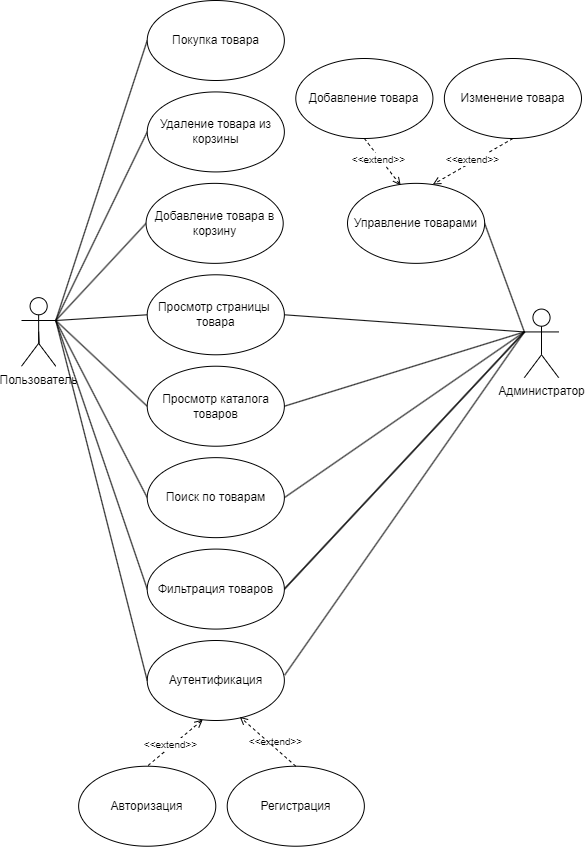
The draw.io diagram 1term/CourseProject/UseCase.png in Artemius18/4course, before a commit. Source tidied: cells renumbered, new cells last; positions are measured from the earlier drawing's top-left corner, leaving out a move shared by most shapes.
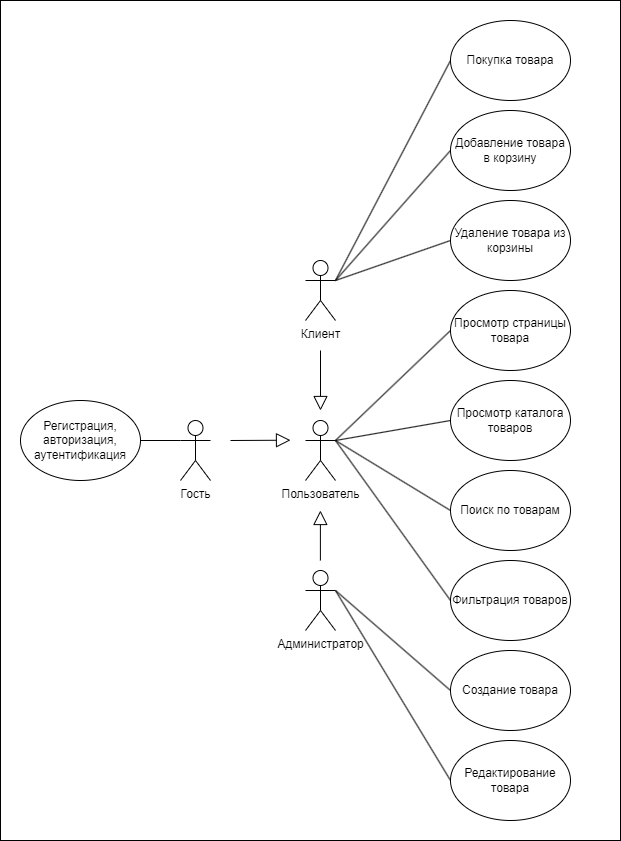
The same file after the commit.

Change to the diagram source:
```diff
@@ -2,127 +2,101 @@
   <root>
     <mxCell id="0" />
     <mxCell id="1" parent="0" />
-    <mxCell id="2" style="group;" parent="1" vertex="1">
-      <mxGeometry width="560" height="845.7" as="geometry" />
-    </mxCell>
+    <mxCell id="42" style="rounded=0;whiteSpace=wrap;html=1;" parent="1" vertex="1">
+      <mxGeometry x="-260" y="190" width="620" height="840" as="geometry" />
+    </mxCell>
+    <mxCell id="43" style="edgeStyle=none;shape=connector;rounded=0;jettySize=auto;html=1;exitX=1;exitY=0.3333333333333333;exitDx=0;exitDy=0;exitPerimeter=0;entryX=0;entryY=0.5;entryDx=0;entryDy=0;strokeColor=default;align=center;verticalAlign=middle;fontFamily=Helvetica;fontSize=11;fontColor=default;labelBackgroundColor=default;endArrow=none;endFill=0;" parent="1" edge="1" source="46" target="38">
+      <mxGeometry relative="1" as="geometry" />
+    </mxCell>
+    <mxCell id="44" style="edgeStyle=none;shape=connector;rounded=0;jettySize=auto;html=1;exitX=1;exitY=0.3333333333333333;exitDx=0;exitDy=0;exitPerimeter=0;entryX=0;entryY=0.5;entryDx=0;entryDy=0;strokeColor=default;align=center;verticalAlign=middle;fontFamily=Helvetica;fontSize=11;fontColor=default;labelBackgroundColor=default;endArrow=none;endFill=0;" parent="1" edge="1" source="46" target="36">
+      <mxGeometry relative="1" as="geometry" />
+    </mxCell>
+    <mxCell id="45" style="edgeStyle=none;shape=connector;rounded=0;jettySize=auto;html=1;exitX=1;exitY=0.3333333333333333;exitDx=0;exitDy=0;exitPerimeter=0;entryX=0;entryY=0.5;entryDx=0;entryDy=0;strokeColor=default;align=center;verticalAlign=middle;fontFamily=Helvetica;fontSize=11;fontColor=default;labelBackgroundColor=default;endArrow=none;endFill=0;" parent="1" edge="1" source="46" target="40">
+      <mxGeometry relative="1" as="geometry" />
+    </mxCell>
+    <mxCell id="46" value="Клиент" style="shape=umlActor;verticalLabelPosition=bottom;verticalAlign=top;html=1;" parent="1" vertex="1">
+      <mxGeometry x="45" y="450" width="30" height="60" as="geometry" />
+    </mxCell>
+    <mxCell id="40" value="Покупка товара" style="ellipse;whiteSpace=wrap;html=1;" parent="1" vertex="1">
+      <mxGeometry x="190" y="210" width="120" height="80" as="geometry" />
+    </mxCell>
+    <mxCell id="38" value="Удаление товара из корзины" style="ellipse;whiteSpace=wrap;html=1;" parent="1" vertex="1">
+      <mxGeometry x="190" y="390" width="120" height="80" as="geometry" />
+    </mxCell>
+    <mxCell id="36" value="Добавление товара в корзину" style="ellipse;whiteSpace=wrap;html=1;" parent="1" vertex="1">
+      <mxGeometry x="190" y="300" width="120" height="80" as="geometry" />
+    </mxCell>
+    <mxCell id="34" value="Просмотр страницы товара" style="ellipse;whiteSpace=wrap;html=1;" parent="1" vertex="1">
+      <mxGeometry x="190" y="480" width="120" height="80" as="geometry" />
+    </mxCell>
+    <mxCell id="31" value="Просмотр каталога товаров" style="ellipse;whiteSpace=wrap;html=1;" parent="1" vertex="1">
+      <mxGeometry x="190" y="570" width="120" height="80" as="geometry" />
+    </mxCell>
+    <mxCell id="12" value="Поиск по товарам" style="ellipse;whiteSpace=wrap;html=1;" parent="1" vertex="1">
+      <mxGeometry x="190" y="660" width="120" height="80" as="geometry" />
+    </mxCell>
+    <mxCell id="20" value="Фильтрация товаров" style="ellipse;whiteSpace=wrap;html=1;" parent="1" vertex="1">
+      <mxGeometry x="190" y="750" width="120" height="80" as="geometry" />
+    </mxCell>
+    <mxCell id="47" value="Регистрация, авторизация, аутентификация" style="ellipse;whiteSpace=wrap;html=1;" parent="1" vertex="1">
+      <mxGeometry x="-240" y="590" width="120" height="80" as="geometry" />
+    </mxCell>
+    <mxCell id="48" style="edgeStyle=none;shape=connector;rounded=0;orthogonalLoop=1;jettySize=auto;html=1;strokeColor=default;align=center;verticalAlign=middle;fontFamily=Helvetica;fontSize=11;fontColor=default;labelBackgroundColor=default;endArrow=block;endFill=0;endSize=12;" parent="1" edge="1">
+      <mxGeometry relative="1" as="geometry">
+        <mxPoint x="60" y="540" as="sourcePoint" />
+        <mxPoint x="60" y="600" as="targetPoint" />
+      </mxGeometry>
+    </mxCell>
+    <mxCell id="49" style="edgeStyle=none;shape=connector;rounded=0;jettySize=auto;html=1;exitX=0;exitY=0.3333333333333333;exitDx=0;exitDy=0;exitPerimeter=0;entryX=1;entryY=0.5;entryDx=0;entryDy=0;strokeColor=default;align=center;verticalAlign=middle;fontFamily=Helvetica;fontSize=11;fontColor=default;labelBackgroundColor=default;endArrow=none;endFill=0;" parent="1" edge="1" source="50" target="47">
+      <mxGeometry relative="1" as="geometry" />
+    </mxCell>
+    <mxCell id="50" value="Гость" style="shape=umlActor;verticalLabelPosition=bottom;verticalAlign=top;html=1;" parent="1" vertex="1">
+      <mxGeometry x="-80" y="610" width="30" height="60" as="geometry" />
+    </mxCell>
+    <mxCell id="51" style="edgeStyle=none;shape=connector;rounded=0;jettySize=auto;html=1;exitX=1;exitY=0.3333333333333333;exitDx=0;exitDy=0;exitPerimeter=0;entryX=0;entryY=0.5;entryDx=0;entryDy=0;strokeColor=default;align=center;verticalAlign=middle;fontFamily=Helvetica;fontSize=11;fontColor=default;labelBackgroundColor=default;endArrow=none;endFill=0;" parent="1" edge="1" source="10" target="53">
+      <mxGeometry relative="1" as="geometry" />
+    </mxCell>
+    <mxCell id="52" style="edgeStyle=none;shape=connector;rounded=0;jettySize=auto;html=1;exitX=1;exitY=0.3333333333333333;exitDx=0;exitDy=0;exitPerimeter=0;entryX=0;entryY=0.5;entryDx=0;entryDy=0;strokeColor=default;align=center;verticalAlign=middle;fontFamily=Helvetica;fontSize=11;fontColor=default;labelBackgroundColor=default;endArrow=none;endFill=0;" parent="1" edge="1" source="10" target="54">
+      <mxGeometry relative="1" as="geometry" />
+    </mxCell>
+    <mxCell id="10" value="Администратор" style="shape=umlActor;verticalLabelPosition=bottom;verticalAlign=top;html=1;" parent="1" vertex="1">
+      <mxGeometry x="45" y="760" width="30" height="60" as="geometry" />
+    </mxCell>
+    <mxCell id="53" value="Создание товара" style="ellipse;whiteSpace=wrap;html=1;" parent="1" vertex="1">
+      <mxGeometry x="190" y="840" width="120" height="80" as="geometry" />
+    </mxCell>
+    <mxCell id="54" value="Редактирование товара" style="ellipse;whiteSpace=wrap;html=1;" parent="1" vertex="1">
+      <mxGeometry x="190" y="930" width="120" height="80" as="geometry" />
+    </mxCell>
+    <mxCell id="55" style="edgeStyle=none;shape=connector;rounded=0;orthogonalLoop=1;jettySize=auto;html=1;exitX=0.5;exitY=0;exitDx=0;exitDy=0;strokeColor=default;align=center;verticalAlign=middle;fontFamily=Helvetica;fontSize=11;fontColor=default;labelBackgroundColor=default;endArrow=none;endFill=0;" parent="1" edge="1" source="40" target="40">
+      <mxGeometry relative="1" as="geometry" />
+    </mxCell>
+    <mxCell id="5" style="edgeStyle=none;shape=connector;rounded=0;jettySize=auto;html=1;exitX=1;exitY=0.3333333333333333;exitDx=0;exitDy=0;exitPerimeter=0;entryX=0;entryY=0.5;entryDx=0;entryDy=0;strokeColor=default;align=center;verticalAlign=middle;fontFamily=Helvetica;fontSize=11;fontColor=default;labelBackgroundColor=default;endArrow=none;endFill=0;" parent="1" edge="1" source="7" target="31">
+      <mxGeometry relative="1" as="geometry" />
+    </mxCell>
+    <mxCell id="6" style="edgeStyle=none;shape=connector;rounded=0;jettySize=auto;html=1;exitX=1;exitY=0.3333333333333333;exitDx=0;exitDy=0;exitPerimeter=0;entryX=0;entryY=0.5;entryDx=0;entryDy=0;strokeColor=default;align=center;verticalAlign=middle;fontFamily=Helvetica;fontSize=11;fontColor=default;labelBackgroundColor=default;endArrow=none;endFill=0;" parent="1" edge="1" source="7" target="34">
+      <mxGeometry relative="1" as="geometry" />
+    </mxCell>
-    <mxCell id="3" style="edgeStyle=none;shape=connector;rounded=0;jettySize=auto;html=1;exitX=1;exitY=0.3333333333333333;exitDx=0;exitDy=0;exitPerimeter=0;entryX=0;entryY=0.5;entryDx=0;entryDy=0;labelBackgroundColor=default;strokeColor=default;align=center;verticalAlign=middle;fontFamily=Helvetica;fontSize=11;fontColor=default;endArrow=none;endFill=0;" parent="2" edge="1" source="7" target="12">
+    <mxCell id="3" style="edgeStyle=none;shape=connector;rounded=0;jettySize=auto;html=1;exitX=1;exitY=0.3333333333333333;exitDx=0;exitDy=0;exitPerimeter=0;entryX=0;entryY=0.5;entryDx=0;entryDy=0;strokeColor=default;align=center;verticalAlign=middle;fontFamily=Helvetica;fontSize=11;fontColor=default;labelBackgroundColor=default;endArrow=none;endFill=0;" parent="1" edge="1" source="7" target="12">
       <mxGeometry relative="1" as="geometry" />
     </mxCell>
-    <mxCell id="4" style="edgeStyle=none;shape=connector;rounded=0;jettySize=auto;html=1;exitX=1;exitY=0.3333333333333333;exitDx=0;exitDy=0;exitPerimeter=0;entryX=0;entryY=0.5;entryDx=0;entryDy=0;labelBackgroundColor=default;strokeColor=default;align=center;verticalAlign=middle;fontFamily=Helvetica;fontSize=11;fontColor=default;endArrow=none;endFill=0;" parent="2" edge="1" source="7" target="20">
+    <mxCell id="4" style="edgeStyle=none;shape=connector;rounded=0;jettySize=auto;html=1;exitX=1;exitY=0.3333333333333333;exitDx=0;exitDy=0;exitPerimeter=0;entryX=0;entryY=0.5;entryDx=0;entryDy=0;strokeColor=default;align=center;verticalAlign=middle;fontFamily=Helvetica;fontSize=11;fontColor=default;labelBackgroundColor=default;endArrow=none;endFill=0;" parent="1" edge="1" source="7" target="20">
       <mxGeometry relative="1" as="geometry" />
     </mxCell>
-    <mxCell id="5" style="rounded=0;jettySize=auto;html=1;exitX=1;exitY=0.3333333333333333;exitDx=0;exitDy=0;exitPerimeter=0;entryX=0;entryY=0.5;entryDx=0;entryDy=0;endArrow=none;endFill=0;" parent="2" edge="1" source="7" target="31">
-      <mxGeometry relative="1" as="geometry" />
-    </mxCell>
-    <mxCell id="6" style="edgeStyle=none;shape=connector;rounded=0;jettySize=auto;html=1;exitX=1;exitY=0.3333333333333333;exitDx=0;exitDy=0;exitPerimeter=0;entryX=0;entryY=0.5;entryDx=0;entryDy=0;strokeColor=default;align=center;verticalAlign=middle;fontFamily=Helvetica;fontSize=11;fontColor=default;labelBackgroundColor=default;endArrow=none;endFill=0;" parent="2" edge="1" source="7" target="34">
-      <mxGeometry relative="1" as="geometry" />
-    </mxCell>
-    <mxCell id="7" value="Пользователь" style="shape=umlActor;verticalLabelPosition=bottom;verticalAlign=top;html=1;outlineConnect=0;" parent="2" vertex="1">
-      <mxGeometry y="297.1" width="34.3" height="68.6" as="geometry" />
+    <mxCell id="7" value="Пользователь" style="shape=umlActor;verticalLabelPosition=bottom;verticalAlign=top;html=1;" parent="1" vertex="1">
+      <mxGeometry x="45" y="610" width="30" height="60" as="geometry" />
     </mxCell>
-    <mxCell id="8" style="edgeStyle=none;shape=connector;rounded=0;jettySize=auto;html=1;exitX=0;exitY=0.3333333333333333;exitDx=0;exitDy=0;exitPerimeter=0;entryX=1;entryY=0.5;entryDx=0;entryDy=0;labelBackgroundColor=default;strokeColor=default;align=center;verticalAlign=middle;fontFamily=Helvetica;fontSize=11;fontColor=default;endArrow=none;endFill=0;" parent="2" edge="1" source="10" target="15">
-      <mxGeometry relative="1" as="geometry" />
-    </mxCell>
-    <mxCell id="9" style="rounded=0;jettySize=auto;html=1;exitX=0;exitY=0.3333333333333333;exitDx=0;exitDy=0;exitPerimeter=0;entryX=1.003;entryY=0.431;entryDx=0;entryDy=0;endArrow=none;endFill=0;entryPerimeter=0;" parent="2" edge="1" source="10" target="24">
-      <mxGeometry relative="1" as="geometry" />
-    </mxCell>
-    <mxCell id="10" value="Администратор" style="shape=umlActor;verticalLabelPosition=bottom;verticalAlign=top;html=1;outlineConnect=0;" parent="2" vertex="1">
-      <mxGeometry x="502.9" y="308.6" width="34.3" height="68.6" as="geometry" />
-    </mxCell>
-    <mxCell id="11" style="edgeStyle=none;shape=connector;rounded=0;jettySize=auto;html=1;exitX=1;exitY=0.5;exitDx=0;exitDy=0;labelBackgroundColor=default;strokeColor=default;align=center;verticalAlign=middle;fontFamily=Helvetica;fontSize=11;fontColor=default;endArrow=none;endFill=0;entryX=0;entryY=0.3333333333333333;entryDx=0;entryDy=0;entryPerimeter=0;" parent="2" edge="1" source="12" target="10">
-      <mxGeometry relative="1" as="geometry" />
-    </mxCell>
-    <mxCell id="12" value="Поиск по товарам" style="ellipse;whiteSpace=wrap;html=1;" parent="2" vertex="1">
-      <mxGeometry x="125.7" y="457.1" width="137.1" height="80" as="geometry" />
-    </mxCell>
-    <mxCell id="13" style="edgeStyle=none;shape=connector;rounded=0;jettySize=auto;html=1;exitX=1;exitY=0.5;exitDx=0;exitDy=0;labelBackgroundColor=default;strokeColor=default;align=center;verticalAlign=middle;fontFamily=Helvetica;fontSize=11;fontColor=default;endArrow=none;endFill=0;entryX=0;entryY=0.3333333333333333;entryDx=0;entryDy=0;entryPerimeter=0;" parent="2" edge="1" source="20" target="10">
-      <mxGeometry relative="1" as="geometry" />
-    </mxCell>
-    <mxCell id="14" value="Добавление товара" style="ellipse;whiteSpace=wrap;html=1;" parent="2" vertex="1">
-      <mxGeometry x="274.3" y="58" width="137.1" height="80" as="geometry" />
-    </mxCell>
-    <mxCell id="15" value="Управление товарами" style="ellipse;whiteSpace=wrap;html=1;" parent="2" vertex="1">
-      <mxGeometry x="326" y="182.9" width="137.1" height="80" as="geometry" />
-    </mxCell>
-    <mxCell id="16" value="Изменение товара" style="ellipse;whiteSpace=wrap;html=1;" parent="2" vertex="1">
-      <mxGeometry x="422.9" y="58" width="137.1" height="80" as="geometry" />
-    </mxCell>
-    <mxCell id="17" style="rounded=0;jettySize=auto;html=1;exitX=0.5;exitY=1;exitDx=0;exitDy=0;dashed=1;endArrow=open;endFill=0;entryX=0.388;entryY=0.026;entryDx=0;entryDy=0;entryPerimeter=0;" parent="2" edge="1" source="14" target="15">
-      <mxGeometry relative="1" as="geometry" />
-    </mxCell>
-    <mxCell id="18" style="edgeStyle=none;shape=connector;rounded=0;jettySize=auto;html=1;exitX=0.5;exitY=1;exitDx=0;exitDy=0;dashed=1;labelBackgroundColor=default;strokeColor=default;align=center;verticalAlign=middle;fontFamily=Helvetica;fontSize=11;fontColor=default;endArrow=open;endFill=0;entryX=0.622;entryY=0.015;entryDx=0;entryDy=0;entryPerimeter=0;" parent="2" edge="1" source="16" target="15">
-      <mxGeometry relative="1" as="geometry" />
-    </mxCell>
-    <mxCell id="19" style="edgeStyle=none;shape=connector;rounded=0;jettySize=auto;html=1;exitX=1;exitY=0.5;exitDx=0;exitDy=0;labelBackgroundColor=default;strokeColor=default;align=center;verticalAlign=middle;fontFamily=Helvetica;fontSize=11;fontColor=default;endArrow=none;endFill=0;entryX=0;entryY=0.3333333333333333;entryDx=0;entryDy=0;entryPerimeter=0;" parent="2" edge="1" source="20" target="10">
-      <mxGeometry relative="1" as="geometry" />
-    </mxCell>
-    <mxCell id="20" value="Фильтрация товаров" style="ellipse;whiteSpace=wrap;html=1;" parent="2" vertex="1">
-      <mxGeometry x="125.7" y="548.6" width="137.1" height="80" as="geometry" />
-    </mxCell>
-    <mxCell id="21" value="&lt;font style=&quot;font-size: 10px;&quot;&gt;&amp;lt;&amp;lt;extend&amp;gt;&amp;gt;&lt;/font&gt;" style="edgeLabel;html=1;align=center;verticalAlign=middle;fontSize=11;fontFamily=Helvetica;fontColor=default;" parent="2" vertex="1">
-      <mxGeometry x="240" y="731.4" as="geometry">
-        <mxPoint x="13" y="9" as="offset" />
-      </mxGeometry>
-    </mxCell>
-    <mxCell id="22" value="&lt;font style=&quot;font-size: 10px;&quot;&gt;&amp;lt;&amp;lt;extend&amp;gt;&amp;gt;&lt;/font&gt;" style="edgeLabel;html=1;align=center;verticalAlign=middle;fontSize=11;fontFamily=Helvetica;fontColor=default;" parent="2" vertex="1">
-      <mxGeometry x="450" y="158" as="geometry" />
-    </mxCell>
-    <mxCell id="23" style="rounded=0;jettySize=auto;html=1;exitX=0.405;exitY=0.99;exitDx=0;exitDy=0;entryX=0.5;entryY=0;entryDx=0;entryDy=0;dashed=1;strokeColor=default;align=center;verticalAlign=middle;fontFamily=Helvetica;fontSize=11;fontColor=default;labelBackgroundColor=default;endArrow=none;endFill=0;startArrow=open;startFill=0;exitPerimeter=0;" parent="2" edge="1" source="24" target="26">
-      <mxGeometry relative="1" as="geometry" />
-    </mxCell>
-    <mxCell id="24" value="Аутентификация" style="ellipse;whiteSpace=wrap;html=1;" parent="2" vertex="1">
-      <mxGeometry x="125.7" y="640" width="137.1" height="80" as="geometry" />
-    </mxCell>
-    <mxCell id="25" style="rounded=0;jettySize=auto;html=1;exitX=0;exitY=0.5;exitDx=0;exitDy=0;entryX=1;entryY=0.3333333333333333;entryDx=0;entryDy=0;entryPerimeter=0;endArrow=none;endFill=0;" parent="2" edge="1" source="24" target="7">
-      <mxGeometry relative="1" as="geometry" />
-    </mxCell>
-    <mxCell id="26" value="Авторизация" style="ellipse;whiteSpace=wrap;html=1;" parent="2" vertex="1">
-      <mxGeometry x="57.1" y="765.7" width="137.1" height="80" as="geometry" />
-    </mxCell>
-    <mxCell id="27" value="Регистрация" style="ellipse;whiteSpace=wrap;html=1;" parent="2" vertex="1">
-      <mxGeometry x="205.7" y="765.7" width="137.1" height="80" as="geometry" />
-    </mxCell>
-    <mxCell id="28" style="rounded=0;jettySize=auto;html=1;exitX=0.5;exitY=0;exitDx=0;exitDy=0;entryX=0.675;entryY=0.954;entryDx=0;entryDy=0;dashed=1;endArrow=open;endFill=0;entryPerimeter=0;" parent="2" edge="1" source="27" target="24">
-      <mxGeometry relative="1" as="geometry" />
-    </mxCell>
-    <mxCell id="29" value="&lt;font style=&quot;font-size: 10px;&quot;&gt;&amp;lt;&amp;lt;extend&amp;gt;&amp;gt;&lt;/font&gt;" style="edgeLabel;html=1;align=center;verticalAlign=middle;fontSize=11;fontFamily=Helvetica;fontColor=default;" parent="2" vertex="1">
-      <mxGeometry x="148.6" y="742.9" as="geometry" />
-    </mxCell>
-    <mxCell id="30" value="&lt;font style=&quot;font-size: 10px;&quot;&gt;&amp;lt;&amp;lt;extend&amp;gt;&amp;gt;&lt;/font&gt;" style="edgeLabel;html=1;align=center;verticalAlign=middle;fontSize=11;fontFamily=Helvetica;fontColor=default;" parent="2" vertex="1">
-      <mxGeometry x="356" y="158" as="geometry" />
-    </mxCell>
-    <mxCell id="31" value="Просмотр каталога товаров" style="ellipse;whiteSpace=wrap;html=1;" parent="2" vertex="1">
-      <mxGeometry x="125.7" y="365.7" width="137.1" height="80" as="geometry" />
-    </mxCell>
-    <mxCell id="32" style="rounded=0;jettySize=auto;html=1;exitX=1;exitY=0.5;exitDx=0;exitDy=0;entryX=0;entryY=0.3333333333333333;entryDx=0;entryDy=0;entryPerimeter=0;endArrow=none;endFill=0;" parent="2" edge="1" source="31" target="10">
-      <mxGeometry relative="1" as="geometry" />
-    </mxCell>
-    <mxCell id="33" style="edgeStyle=none;shape=connector;rounded=0;jettySize=auto;html=1;exitX=1;exitY=0.5;exitDx=0;exitDy=0;strokeColor=default;align=center;verticalAlign=middle;fontFamily=Helvetica;fontSize=11;fontColor=default;labelBackgroundColor=default;endArrow=none;endFill=0;entryX=0;entryY=0.3333333333333333;entryDx=0;entryDy=0;entryPerimeter=0;" parent="2" edge="1" source="34" target="10">
-      <mxGeometry relative="1" as="geometry" />
-    </mxCell>
-    <mxCell id="34" value="Просмотр страницы&amp;nbsp; товара" style="ellipse;whiteSpace=wrap;html=1;" parent="2" vertex="1">
-      <mxGeometry x="125.7" y="274.3" width="137.1" height="80" as="geometry" />
-    </mxCell>
-    <mxCell id="35" style="edgeStyle=none;shape=connector;rounded=0;jettySize=auto;html=1;exitX=0;exitY=0.5;exitDx=0;exitDy=0;strokeColor=default;align=center;verticalAlign=middle;fontFamily=Helvetica;fontSize=11;fontColor=default;labelBackgroundColor=default;endArrow=none;endFill=0;entryX=1;entryY=0.3333333333333333;entryDx=0;entryDy=0;entryPerimeter=0;" parent="2" edge="1" source="36" target="7">
-      <mxGeometry relative="1" as="geometry" />
-    </mxCell>
-    <mxCell id="36" value="Добавление товара в корзину" style="ellipse;whiteSpace=wrap;html=1;" parent="2" vertex="1">
-      <mxGeometry x="124.6" y="182.9" width="137.1" height="80" as="geometry" />
-    </mxCell>
-    <mxCell id="37" style="edgeStyle=none;shape=connector;rounded=0;jettySize=auto;html=1;exitX=0;exitY=0.5;exitDx=0;exitDy=0;strokeColor=default;align=center;verticalAlign=middle;fontFamily=Helvetica;fontSize=11;fontColor=default;labelBackgroundColor=default;endArrow=none;endFill=0;entryX=1;entryY=0.3333333333333333;entryDx=0;entryDy=0;entryPerimeter=0;" parent="2" edge="1" source="38" target="7">
-      <mxGeometry relative="1" as="geometry" />
-    </mxCell>
-    <mxCell id="38" value="Удаление товара из корзины" style="ellipse;whiteSpace=wrap;html=1;" parent="2" vertex="1">
-      <mxGeometry x="125.7" y="91.4" width="137.1" height="80" as="geometry" />
-    </mxCell>
-    <mxCell id="39" style="edgeStyle=none;shape=connector;rounded=0;jettySize=auto;html=1;exitX=0;exitY=0.5;exitDx=0;exitDy=0;strokeColor=default;align=center;verticalAlign=middle;fontFamily=Helvetica;fontSize=11;fontColor=default;labelBackgroundColor=default;endArrow=none;endFill=0;entryX=1;entryY=0.3333333333333333;entryDx=0;entryDy=0;entryPerimeter=0;" parent="2" edge="1" source="40" target="7">
-      <mxGeometry relative="1" as="geometry" />
-    </mxCell>
-    <mxCell id="40" value="Покупка товара" style="ellipse;whiteSpace=wrap;html=1;" parent="2" vertex="1">
-      <mxGeometry x="125.7" width="137.1" height="80" as="geometry" />
-    </mxCell>
-    <mxCell id="41" style="edgeStyle=none;shape=connector;rounded=0;orthogonalLoop=1;jettySize=auto;html=1;exitX=0.5;exitY=0.5;exitDx=0;exitDy=0;exitPerimeter=0;entryX=0.518;entryY=0.667;entryDx=0;entryDy=0;entryPerimeter=0;strokeColor=default;align=center;verticalAlign=middle;fontFamily=Helvetica;fontSize=11;fontColor=default;labelBackgroundColor=default;endArrow=none;endFill=0;" parent="2" edge="1" source="7" target="7">
-      <mxGeometry relative="1" as="geometry" />
-    </mxCell>
+    <mxCell id="56" style="edgeStyle=none;shape=connector;rounded=0;orthogonalLoop=1;jettySize=auto;html=1;strokeColor=default;align=center;verticalAlign=middle;fontFamily=Helvetica;fontSize=11;fontColor=default;labelBackgroundColor=default;endArrow=block;endFill=0;endSize=12;exitX=0.5;exitY=0;exitDx=0;exitDy=0;exitPerimeter=0;" parent="1" edge="1">
+      <mxGeometry relative="1" as="geometry">
+        <mxPoint x="59.9" y="750" as="sourcePoint" />
+        <mxPoint x="59.9" y="700" as="targetPoint" />
+      </mxGeometry>
+    </mxCell>
+    <mxCell id="57" style="edgeStyle=none;shape=connector;rounded=0;orthogonalLoop=1;jettySize=auto;html=1;strokeColor=default;align=center;verticalAlign=middle;fontFamily=Helvetica;fontSize=11;fontColor=default;labelBackgroundColor=default;endArrow=block;endFill=0;endSize=12;" parent="1" edge="1">
+      <mxGeometry relative="1" as="geometry">
+        <mxPoint x="-30" y="630" as="sourcePoint" />
+        <mxPoint x="30" y="629.7" as="targetPoint" />
+      </mxGeometry>
+    </mxCell>
   </root>
 </mxGraphModel>
```
